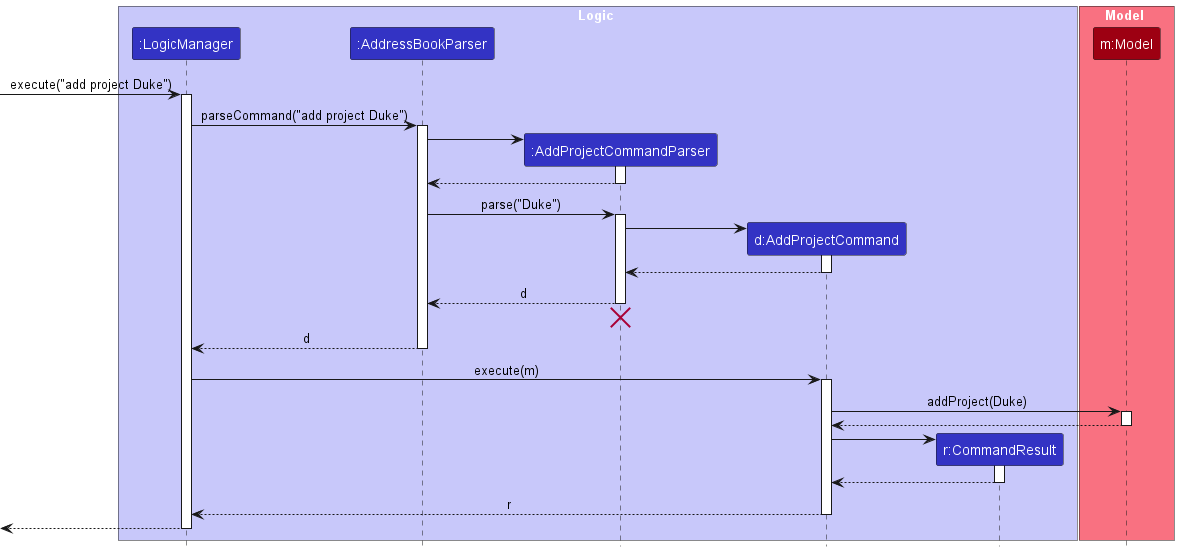
Above: docs/images/AddProjectSequenceDiagram.png in AY2324S2-CS2103T-W08-4/tp (PlantUML), before the change. The source it was exported from:
```plantuml
@startuml
!include style.puml
skinparam ArrowFontStyle plain

box Logic LOGIC_COLOR_T1
participant ":LogicManager" as LogicManager LOGIC_COLOR
participant ":AddressBookParser" as AddressBookParser LOGIC_COLOR
participant ":AddProjectCommandParser" as AddProjectCommandParser LOGIC_COLOR
participant "d:AddProjectCommand" as AddProjectCommand LOGIC_COLOR
participant "r:CommandResult" as CommandResult LOGIC_COLOR
end box

box Model MODEL_COLOR_T1
participant "m:Model" as Model MODEL_COLOR
end box

[-> LogicManager : execute("add project Duke")
activate LogicManager

LogicManager -> AddressBookParser : parseCommand("add project Duke")
activate AddressBookParser

create AddProjectCommandParser
AddressBookParser -> AddProjectCommandParser
activate AddProjectCommandParser

AddProjectCommandParser --> AddressBookParser
deactivate AddProjectCommandParser

AddressBookParser -> AddProjectCommandParser : parse("Duke")
activate AddProjectCommandParser

create AddProjectCommand
AddProjectCommandParser -> AddProjectCommand
activate AddProjectCommand

AddProjectCommand --> AddProjectCommandParser :
deactivate AddProjectCommand

AddProjectCommandParser --> AddressBookParser : d
deactivate AddProjectCommandParser
AddProjectCommandParser -[hidden]-> AddressBookParser
destroy AddProjectCommandParser

AddressBookParser --> LogicManager : d
deactivate AddressBookParser

LogicManager -> AddProjectCommand : execute(m)
activate AddProjectCommand

AddProjectCommand -> Model : addProject(Duke)
activate Model

Model --> AddProjectCommand
deactivate Model

create CommandResult
AddProjectCommand -> CommandResult
activate CommandResult

CommandResult --> AddProjectCommand
deactivate CommandResult

AddProjectCommand --> LogicManager : r
deactivate AddProjectCommand

[<--LogicManager
deactivate LogicManager
@enduml
```
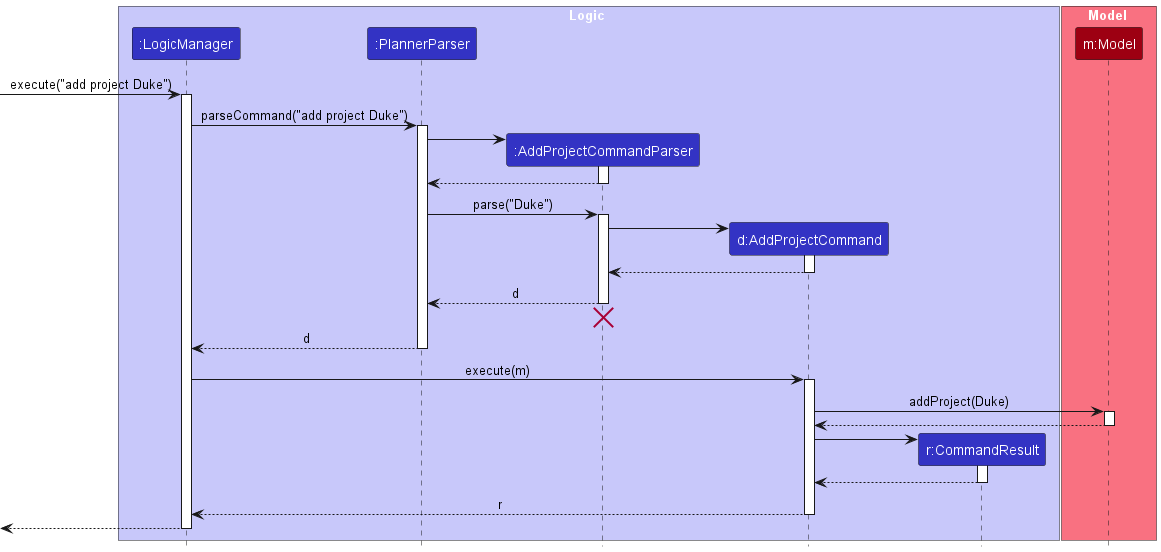
The same file after the commit.

Diff of the diagram source:
```diff
@@ -4,7 +4,7 @@
 
 box Logic LOGIC_COLOR_T1
 participant ":LogicManager" as LogicManager LOGIC_COLOR
-participant ":AddressBookParser" as AddressBookParser LOGIC_COLOR
+participant ":PlannerParser" as PlannerParser LOGIC_COLOR
 participant ":AddProjectCommandParser" as AddProjectCommandParser LOGIC_COLOR
 participant "d:AddProjectCommand" as AddProjectCommand LOGIC_COLOR
 participant "r:CommandResult" as CommandResult LOGIC_COLOR
@@ -17,17 +17,17 @@
 [-> LogicManager : execute("add project Duke")
 activate LogicManager
 
-LogicManager -> AddressBookParser : parseCommand("add project Duke")
-activate AddressBookParser
+LogicManager -> PlannerParser : parseCommand("add project Duke")
+activate PlannerParser
 
 create AddProjectCommandParser
-AddressBookParser -> AddProjectCommandParser
+PlannerParser -> AddProjectCommandParser
 activate AddProjectCommandParser
 
-AddProjectCommandParser --> AddressBookParser
+AddProjectCommandParser --> PlannerParser
 deactivate AddProjectCommandParser
 
-AddressBookParser -> AddProjectCommandParser : parse("Duke")
+PlannerParser -> AddProjectCommandParser : parse("Duke")
 activate AddProjectCommandParser
 
 create AddProjectCommand
@@ -37,13 +37,13 @@
 AddProjectCommand --> AddProjectCommandParser :
 deactivate AddProjectCommand
 
-AddProjectCommandParser --> AddressBookParser : d
+AddProjectCommandParser --> PlannerParser : d
 deactivate AddProjectCommandParser
-AddProjectCommandParser -[hidden]-> AddressBookParser
+AddProjectCommandParser -[hidden]-> PlannerParser
 destroy AddProjectCommandParser
 
-AddressBookParser --> LogicManager : d
-deactivate AddressBookParser
+PlannerParser --> LogicManager : d
+deactivate PlannerParser
 
 LogicManager -> AddProjectCommand : execute(m)
 activate AddProjectCommand
```
